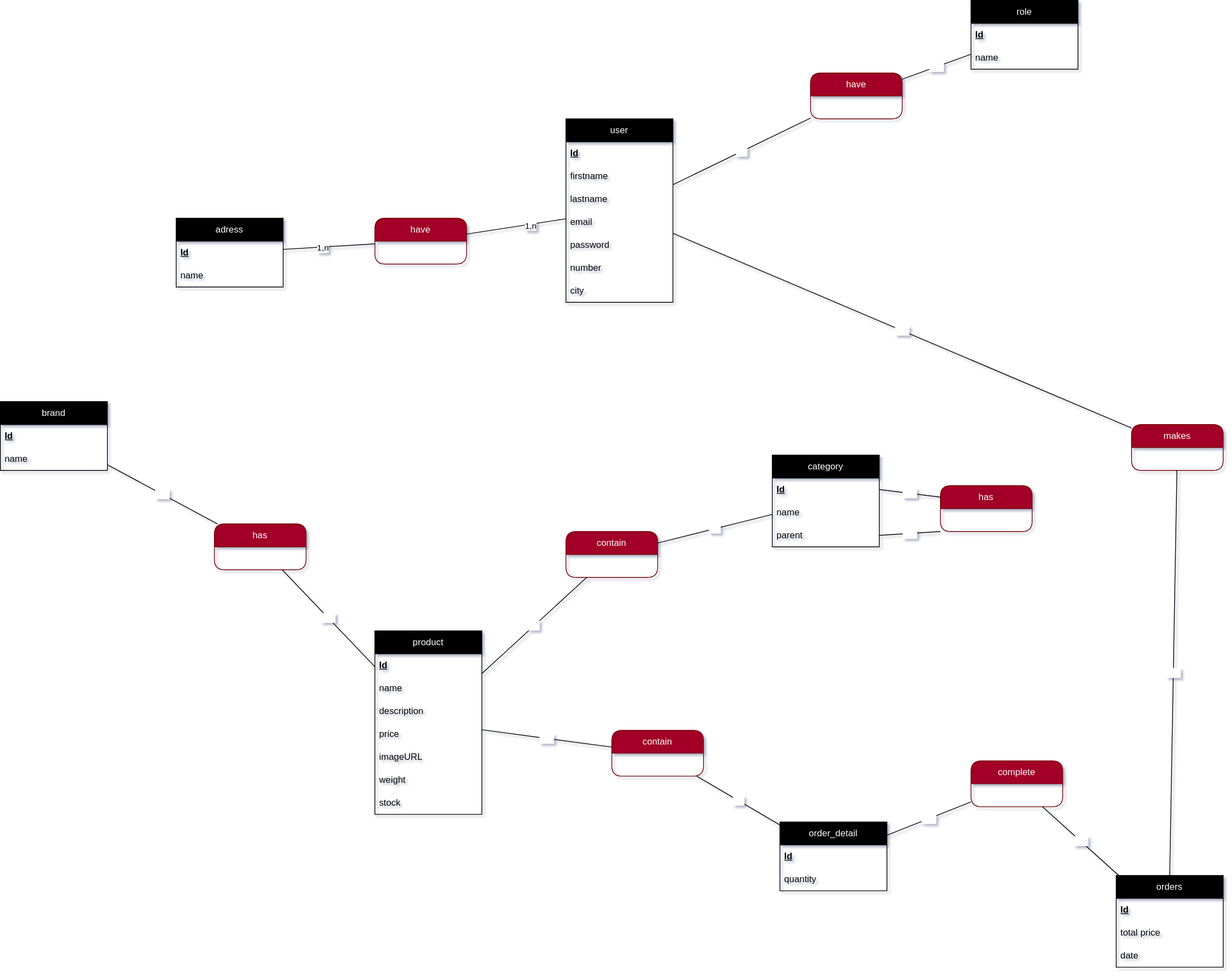
Above: code/server/merise/MCD-komora.drawio.svg in TERENYANA/komora (draw.io), before the change. Source tidied: cells renumbered, new cells last; positions are measured from the earlier drawing's top-left corner, leaving out a move shared by most shapes.
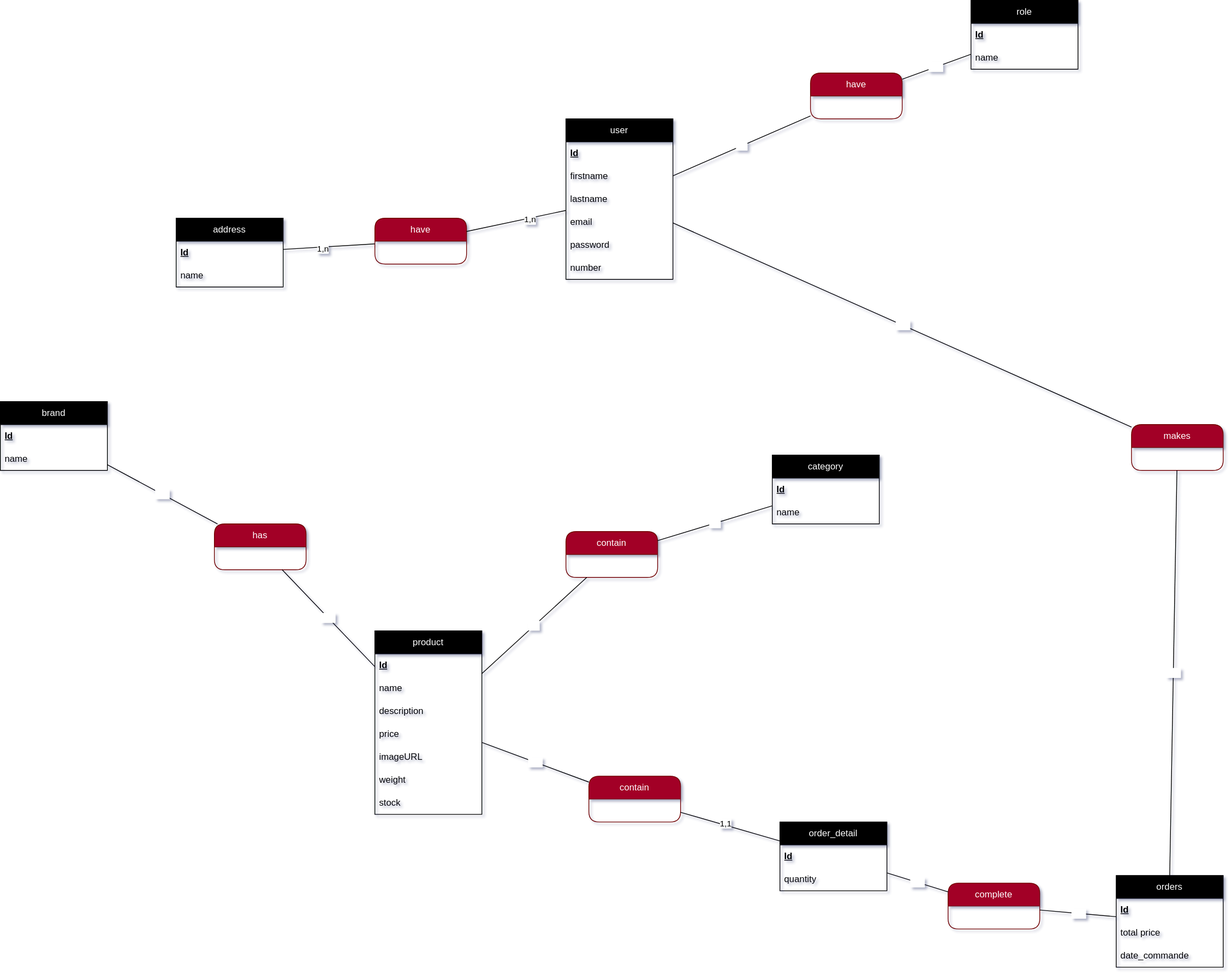
After the change.

What changed in the source:
```diff
@@ -36,7 +36,7 @@
       <mxGeometry y="210" width="140" height="30" as="geometry" />
     </mxCell>
     <mxCell id="13" value="category" style="swimlane;fontStyle=0;horizontal=1;startSize=30;whiteSpace=wrap;html=1;fillColor=#000000;fontColor=#ffffff;strokeColor=#000000;" parent="1" vertex="1">
-      <mxGeometry x="1010" y="595" width="140" height="120" as="geometry" />
+      <mxGeometry x="1010" y="595" width="140" height="90" as="geometry" />
     </mxCell>
     <mxCell id="14" value="&lt;b&gt;&lt;u&gt;Id&lt;/u&gt;&lt;/b&gt;" style="text;strokeColor=none;fillColor=none;align=left;verticalAlign=middle;spacingLeft=4;spacingRight=4;overflow=hidden;points=[[0,0.5],[1,0.5]];portConstraint=eastwest;whiteSpace=wrap;html=1;" parent="13" vertex="1">
       <mxGeometry y="30" width="140" height="30" as="geometry" />
@@ -44,11 +44,8 @@
     <mxCell id="15" value="&lt;span style=&quot;font-family: Helvetica; font-size: 12px; font-style: normal; font-variant-ligatures: normal; font-variant-caps: normal; font-weight: 400; letter-spacing: normal; orphans: 2; text-align: left; text-indent: 0px; text-transform: none; widows: 2; word-spacing: 0px; -webkit-text-stroke-width: 0px; text-decoration-thickness: initial; text-decoration-style: initial; text-decoration-color: initial; float: none; display: inline !important;&quot;&gt;&lt;font style=&quot;color: rgb(0, 0, 0);&quot;&gt;name&lt;/font&gt;&lt;/span&gt;" style="text;strokeColor=none;fillColor=none;align=left;verticalAlign=middle;spacingLeft=4;spacingRight=4;overflow=hidden;whiteSpace=wrap;html=1;" parent="13" vertex="1">
       <mxGeometry y="60" width="140" height="30" as="geometry" />
     </mxCell>
-    <mxCell id="16" value="&lt;span style=&quot;font-family: Helvetica; font-size: 12px; font-style: normal; font-variant-ligatures: normal; font-variant-caps: normal; font-weight: 400; letter-spacing: normal; orphans: 2; text-align: left; text-indent: 0px; text-transform: none; widows: 2; word-spacing: 0px; -webkit-text-stroke-width: 0px; text-decoration-thickness: initial; text-decoration-style: initial; text-decoration-color: initial; float: none; display: inline !important;&quot;&gt;&lt;font style=&quot;color: rgb(0, 0, 0);&quot;&gt;parent&lt;/font&gt;&lt;/span&gt;" style="text;strokeColor=none;fillColor=none;align=left;verticalAlign=middle;spacingLeft=4;spacingRight=4;overflow=hidden;points=[[0,0.5],[1,0.5]];portConstraint=eastwest;whiteSpace=wrap;html=1;" parent="13" vertex="1">
-      <mxGeometry y="90" width="140" height="30" as="geometry" />
-    </mxCell>
     <mxCell id="17" value="user" style="swimlane;fontStyle=0;horizontal=1;startSize=30;whiteSpace=wrap;html=1;fillColor=#000000;fontColor=#ffffff;strokeColor=#000000;" parent="1" vertex="1">
-      <mxGeometry x="740" y="155" width="140" height="240" as="geometry" />
+      <mxGeometry x="740" y="155" width="140" height="210" as="geometry" />
     </mxCell>
     <mxCell id="18" value="&lt;b&gt;&lt;u&gt;Id&lt;/u&gt;&lt;/b&gt;" style="text;strokeColor=none;fillColor=none;align=left;verticalAlign=middle;spacingLeft=4;spacingRight=4;overflow=hidden;whiteSpace=wrap;html=1;" parent="17" vertex="1">
       <mxGeometry y="30" width="140" height="30" as="geometry" />
@@ -68,9 +65,6 @@
     <mxCell id="23" value="number" style="text;strokeColor=none;fillColor=none;align=left;verticalAlign=middle;spacingLeft=4;spacingRight=4;overflow=hidden;whiteSpace=wrap;html=1;" parent="17" vertex="1">
       <mxGeometry y="180" width="140" height="30" as="geometry" />
     </mxCell>
-    <mxCell id="24" value="city" style="text;strokeColor=none;fillColor=none;align=left;verticalAlign=middle;spacingLeft=4;spacingRight=4;overflow=hidden;whiteSpace=wrap;html=1;" parent="17" vertex="1">
-      <mxGeometry y="210" width="140" height="30" as="geometry" />
-    </mxCell>
     <mxCell id="25" value="order_detail" style="swimlane;fontStyle=0;horizontal=1;startSize=30;whiteSpace=wrap;html=1;fillColor=#000000;fontColor=#ffffff;strokeColor=#000000;" parent="1" vertex="1">
       <mxGeometry x="1020" y="1075" width="140" height="90" as="geometry" />
     </mxCell>
@@ -89,7 +83,7 @@
     <mxCell id="30" value="total price" style="text;strokeColor=none;fillColor=none;align=left;verticalAlign=middle;spacingLeft=4;spacingRight=4;overflow=hidden;whiteSpace=wrap;html=1;" parent="28" vertex="1">
       <mxGeometry y="60" width="140" height="30" as="geometry" />
     </mxCell>
-    <mxCell id="31" value="date" style="text;strokeColor=none;fillColor=none;align=left;verticalAlign=middle;spacingLeft=4;spacingRight=4;overflow=hidden;whiteSpace=wrap;html=1;" parent="28" vertex="1">
+    <mxCell id="31" value="date_commande" style="text;strokeColor=none;fillColor=none;align=left;verticalAlign=middle;spacingLeft=4;spacingRight=4;overflow=hidden;whiteSpace=wrap;html=1;" parent="28" vertex="1">
       <mxGeometry y="90" width="140" height="30" as="geometry" />
     </mxCell>
     <mxCell id="32" value="have" style="swimlane;fontStyle=0;horizontal=1;startSize=30;whiteSpace=wrap;html=1;rounded=1;fillColor=#a20025;fontColor=#ffffff;strokeColor=#6F0000;" parent="1" vertex="1">
@@ -102,16 +96,19 @@
       <mxGeometry relative="1" as="geometry" />
     </mxCell>
     <mxCell id="35" value="contain" style="swimlane;fontStyle=0;horizontal=1;startSize=30;whiteSpace=wrap;html=1;rounded=1;fillColor=#a20025;fontColor=#ffffff;strokeColor=#6F0000;" parent="1" vertex="1">
-      <mxGeometry x="800" y="955" width="120" height="60" as="geometry" />
+      <mxGeometry x="770" y="1015" width="120" height="60" as="geometry" />
     </mxCell>
     <mxCell id="36" value="&lt;font&gt;0, n&lt;/font&gt;" style="endArrow=none;html=1;rounded=0;fontColor=#FFFFFF;" parent="1" edge="1" source="5" target="35">
       <mxGeometry relative="1" as="geometry" />
     </mxCell>
-    <mxCell id="37" value="&lt;font&gt;1,1&lt;/font&gt;" style="endArrow=none;html=1;rounded=0;fontColor=#FFFFFF;" parent="1" edge="1" source="35" target="25">
-      <mxGeometry relative="1" as="geometry" />
+    <mxCell id="37" style="endArrow=none;html=1;rounded=0;fontColor=#FFFFFF;" parent="1" edge="1" source="35" target="25">
+      <mxGeometry x="0.01" relative="1" as="geometry" />
     </mxCell>
+    <mxCell id="65" value="1,1" style="edgeLabel;html=1;align=center;verticalAlign=middle;" parent="37" vertex="1">
+      <mxGeometry x="-0.11" y="3" relative="1" as="geometry" />
+    </mxCell>
     <mxCell id="38" value="complete" style="swimlane;fontStyle=0;horizontal=1;startSize=30;whiteSpace=wrap;html=1;rounded=1;fillColor=#a20025;fontColor=#ffffff;strokeColor=#6F0000;" parent="1" vertex="1">
-      <mxGeometry x="1270" y="995" width="120" height="60" as="geometry" />
+      <mxGeometry x="1240" y="1155" width="120" height="60" as="geometry" />
     </mxCell>
     <mxCell id="39" value="&lt;font&gt;1, n&lt;/font&gt;" style="endArrow=none;html=1;rounded=0;fontColor=#FFFFFF;" parent="1" edge="1" source="38" target="28">
       <mxGeometry relative="1" as="geometry" />
@@ -128,15 +125,6 @@
     <mxCell id="43" value="&lt;font&gt;1,n&lt;/font&gt;" style="endArrow=none;html=1;rounded=0;fontColor=#FFFFFF;startArrow=none;" parent="1" edge="1" source="41" target="13">
       <mxGeometry relative="1" as="geometry" />
     </mxCell>
-    <mxCell id="44" value="has" style="swimlane;fontStyle=0;horizontal=1;startSize=30;whiteSpace=wrap;html=1;rounded=1;fillColor=#a20025;fontColor=#ffffff;strokeColor=#6F0000;" parent="1" vertex="1">
-      <mxGeometry x="1230" y="635" width="120" height="60" as="geometry" />
-    </mxCell>
-    <mxCell id="45" value="&lt;font&gt;1, n&lt;/font&gt;" style="endArrow=none;html=1;rounded=0;fontColor=#FFFFFF;entryX=0;entryY=1;entryDx=0;entryDy=0;exitX=1;exitY=0.5;exitDx=0;exitDy=0;" parent="1" edge="1" source="16" target="44">
-      <mxGeometry relative="1" as="geometry" />
-    </mxCell>
-    <mxCell id="46" value="&lt;font&gt;0, n&lt;/font&gt;" style="endArrow=none;html=1;rounded=0;fontColor=#FFFFFF;entryX=0;entryY=0.25;entryDx=0;entryDy=0;exitX=1;exitY=0.5;exitDx=0;exitDy=0;" parent="1" edge="1" source="14" target="44">
-      <mxGeometry relative="1" as="geometry" />
-    </mxCell>
     <mxCell id="47" value="makes" style="swimlane;fontStyle=0;horizontal=1;startSize=30;whiteSpace=wrap;html=1;rounded=1;fillColor=#a20025;fontColor=#ffffff;strokeColor=#6F0000;" parent="1" vertex="1">
       <mxGeometry x="1480" y="555" width="120" height="60" as="geometry" />
     </mxCell>
@@ -164,7 +152,7 @@
     <mxCell id="55" value="&lt;font&gt;1, 1&lt;/font&gt;" style="endArrow=none;html=1;rounded=0;fontColor=#FFFFFF;startArrow=none;" parent="1" edge="1" source="53" target="5">
       <mxGeometry relative="1" as="geometry" />
     </mxCell>
-    <mxCell id="56" value="adress" style="swimlane;fontStyle=0;horizontal=1;startSize=30;whiteSpace=wrap;html=1;fillColor=#000000;fontColor=#ffffff;strokeColor=#000000;" parent="1" vertex="1">
+    <mxCell id="56" value="address" style="swimlane;fontStyle=0;horizontal=1;startSize=30;whiteSpace=wrap;html=1;fillColor=#000000;fontColor=#ffffff;strokeColor=#000000;" parent="1" vertex="1">
       <mxGeometry x="230" y="285" width="140" height="90" as="geometry" />
     </mxCell>
     <mxCell id="57" value="&lt;b&gt;&lt;u&gt;Id&lt;/u&gt;&lt;/b&gt;" style="text;strokeColor=none;fillColor=none;align=left;verticalAlign=middle;spacingLeft=4;spacingRight=4;overflow=hidden;whiteSpace=wrap;html=1;" parent="56" vertex="1">
```
